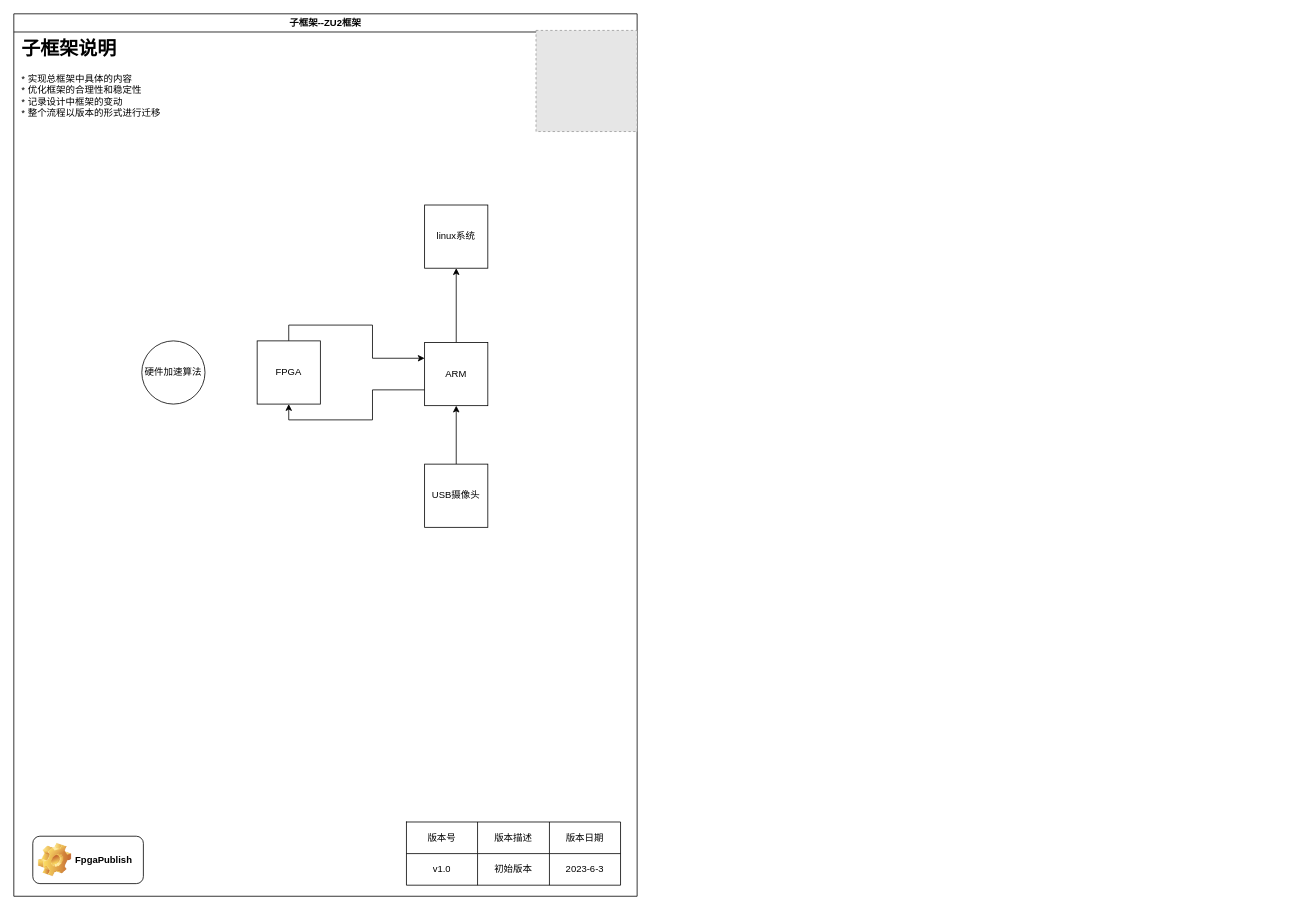
The draw.io diagram page "子框架1--系统级框架" (2 of 4) of smart_eye_exec_flow/smart_eye_flow_manual.drawio in FpgaPublish/k0_smart_eye, before the edit. Source tidied: cells renumbered, new cells numbered last; positions are measured from the earlier drawing's top-left corner, leaving out a move shared by most shapes. Both pictures are drawn from the tidied source at 79%, with x=0, y=0 at pixel (13, 13). Pictures stored in the file or linked from it are replaced by grey dashed boxes.
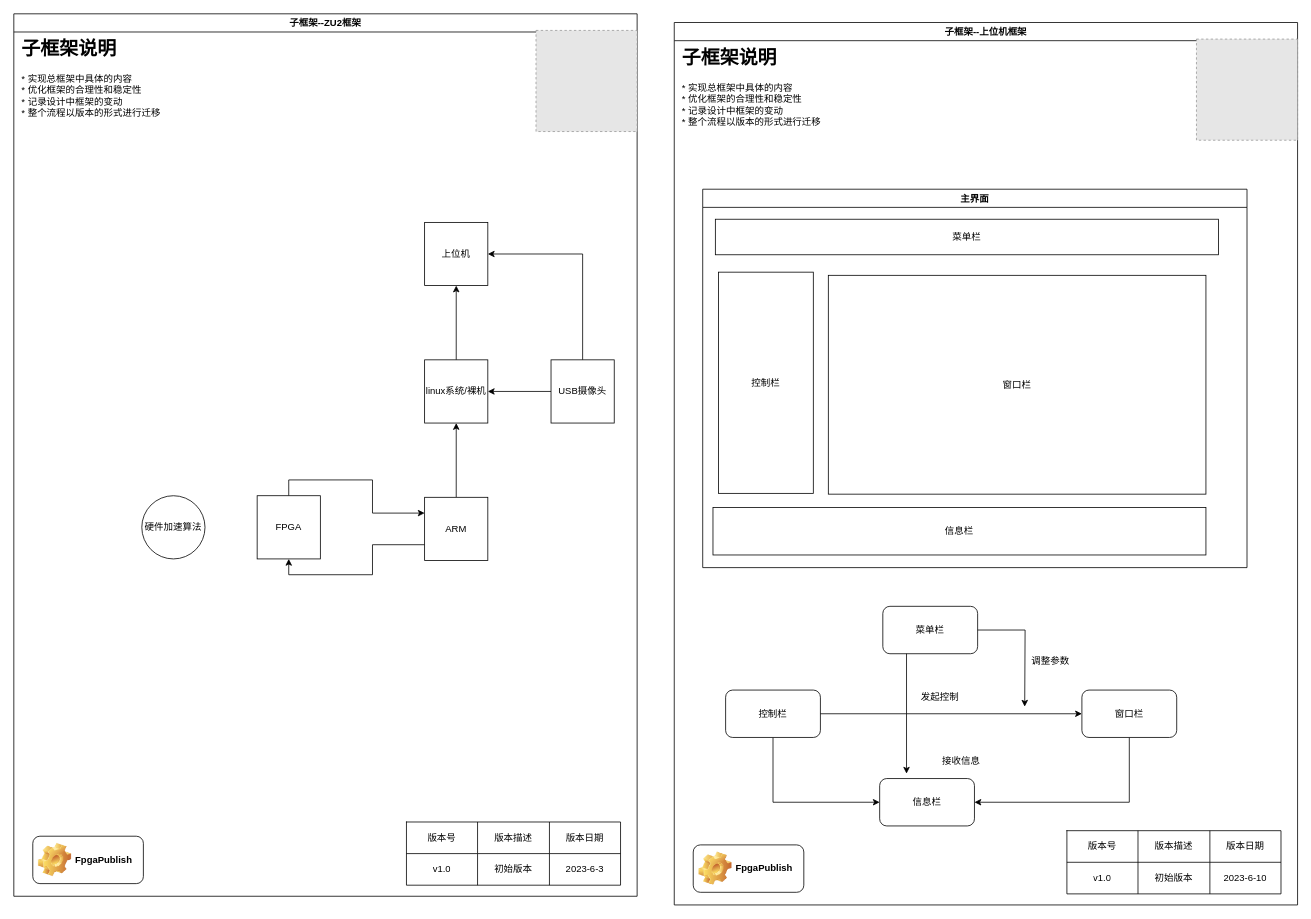
Above is the later version.

The change refers to these unchanged cells:
```xml
<mxCell id="2" value="子框架--ZU2框架" style="swimlane;" parent="1" vertex="1">
  <mxGeometry width="789" height="1117" as="geometry" />
</mxCell>
```

What changed in the source:
```diff
@@
     <mxCell id="7" value="FPGA" style="whiteSpace=wrap;html=1;" parent="2" vertex="1">
-      <mxGeometry x="308" y="414" width="80" height="80" as="geometry" />
+      <mxGeometry x="308" y="610" width="80" height="80" as="geometry" />
     </mxCell>
@@
     <mxCell id="10" value="ARM" style="whiteSpace=wrap;html=1;" parent="2" vertex="1">
-      <mxGeometry x="520" y="416" width="80" height="80" as="geometry" />
+      <mxGeometry x="520" y="612" width="80" height="80" as="geometry" />
     </mxCell>
-    <mxCell id="11" style="edgeStyle=orthogonalEdgeStyle;rounded=0;jettySize=auto;html=1;exitX=0.5;exitY=0;exitDx=0;exitDy=0;" parent="2" edge="1" source="12" target="10">
-      <mxGeometry relative="1" as="geometry" />
-    </mxCell>
+    <mxCell id="24" style="edgeStyle=orthogonalEdgeStyle;rounded=0;jettySize=auto;html=1;exitX=0;exitY=0.5;exitDx=0;exitDy=0;entryX=1;entryY=0.5;entryDx=0;entryDy=0;" parent="2" edge="1" source="12" target="13">
+      <mxGeometry relative="1" as="geometry" />
+    </mxCell>
+    <mxCell id="25" style="edgeStyle=orthogonalEdgeStyle;rounded=0;jettySize=auto;html=1;exitX=0.5;exitY=0;exitDx=0;exitDy=0;entryX=1;entryY=0.5;entryDx=0;entryDy=0;" parent="2" edge="1" source="12" target="27">
+      <mxGeometry relative="1" as="geometry" />
+    </mxCell>
     <mxCell id="12" value="USB摄像头" style="whiteSpace=wrap;html=1;" parent="2" vertex="1">
-      <mxGeometry x="520" y="570" width="80" height="80" as="geometry" />
+      <mxGeometry x="680" y="438" width="80" height="80" as="geometry" />
     </mxCell>
+    <mxCell id="26" style="edgeStyle=orthogonalEdgeStyle;rounded=0;jettySize=auto;html=1;exitX=0.5;exitY=0;exitDx=0;exitDy=0;" parent="2" edge="1" source="13" target="27">
+      <mxGeometry relative="1" as="geometry" />
+    </mxCell>
-    <mxCell id="13" value="linux系统" style="whiteSpace=wrap;html=1;" parent="2" vertex="1">
-      <mxGeometry x="520" y="242" width="80" height="80" as="geometry" />
+    <mxCell id="13" value="linux系统/裸机" style="whiteSpace=wrap;html=1;" parent="2" vertex="1">
+      <mxGeometry x="520" y="438" width="80" height="80" as="geometry" />
     </mxCell>
     <mxCell id="14" value="硬件加速算法" style="ellipse;whiteSpace=wrap;html=1;" parent="2" vertex="1">
-      <mxGeometry x="162" y="414" width="80" height="80" as="geometry" />
+      <mxGeometry x="162" y="610" width="80" height="80" as="geometry" />
     </mxCell>
@@
+    <mxCell id="27" value="上位机" style="whiteSpace=wrap;html=1;" parent="2" vertex="1">
+      <mxGeometry x="520" y="264" width="80" height="80" as="geometry" />
+    </mxCell>
+    <mxCell id="28" value="子框架--上位机框架" style="swimlane;" parent="1" vertex="1">
+      <mxGeometry x="836" y="11" width="789" height="1117" as="geometry" />
+    </mxCell>
+    <mxCell id="29" value="&lt;h1&gt;子框架说明&lt;/h1&gt;&lt;div&gt;* 实现总框架中具体的内容&lt;/div&gt;&lt;div&gt;* 优化框架的合理性和稳定性&lt;/div&gt;&lt;div&gt;* 记录设计中框架的变动&lt;/div&gt;&lt;div&gt;* 整个流程以版本的形式进行迁移&lt;/div&gt;" style="text;html=1;strokeColor=none;fillColor=none;spacing=5;spacingTop=-20;whiteSpace=wrap;overflow=hidden;rounded=0;" parent="28" vertex="1">
+      <mxGeometry x="5" y="25" width="190" height="120" as="geometry" />
+    </mxCell>
+    <mxCell id="30" style="fillColor=#E6E6E6;strokeColor=#999999;dashed=1;verticalLabelPosition=bottom;labelBackgroundColor=default;verticalAlign=top;" parent="28" vertex="1">
+      <mxGeometry x="661" y="21" width="128" height="128" as="geometry" />
+    </mxCell>
+    <mxCell id="31" value="FpgaPublish" style="label;whiteSpace=wrap;html=1;image=img/clipart/Gear_128x128.png;" parent="28" vertex="1">
+      <mxGeometry x="24" y="1041" width="140" height="60" as="geometry" />
+    </mxCell>
+    <mxCell id="32" style="shape=table;startSize=0;childLayout=tableLayout;" parent="28" vertex="1">
+      <mxGeometry x="497" y="1023" width="271" height="80" as="geometry" />
+    </mxCell>
+    <mxCell id="33" style="shape=tableRow;horizontal=0;startSize=0;swimlaneHead=0;swimlaneBody=0;top=0;left=0;bottom=0;right=0;fillColor=none;" parent="32" vertex="1">
+      <mxGeometry width="271" height="40" as="geometry" />
+    </mxCell>
+    <mxCell id="34" value="版本号" style="shape=partialRectangle;html=1;whiteSpace=wrap;overflow=hidden;fillColor=none;top=0;left=0;bottom=0;right=0;" parent="33" vertex="1">
+      <mxGeometry width="90" height="40" as="geometry" />
+    </mxCell>
+    <mxCell id="35" value="版本描述" style="shape=partialRectangle;html=1;whiteSpace=wrap;overflow=hidden;fillColor=none;top=0;left=0;bottom=0;right=0;" parent="33" vertex="1">
+      <mxGeometry x="90" width="91" height="40" as="geometry" />
+    </mxCell>
+    <mxCell id="36" value="版本日期" style="shape=partialRectangle;html=1;whiteSpace=wrap;overflow=hidden;fillColor=none;top=0;left=0;bottom=0;right=0;" parent="33" vertex="1">
+      <mxGeometry x="181" width="90" height="40" as="geometry" />
+    </mxCell>
+    <mxCell id="37" style="shape=tableRow;horizontal=0;startSize=0;swimlaneHead=0;swimlaneBody=0;top=0;left=0;bottom=0;right=0;fillColor=none;" parent="32" vertex="1">
+      <mxGeometry y="40" width="271" height="40" as="geometry" />
+    </mxCell>
+    <mxCell id="38" value="v1.0" style="shape=partialRectangle;html=1;whiteSpace=wrap;overflow=hidden;fillColor=none;top=0;left=0;bottom=0;right=0;" parent="37" vertex="1">
+      <mxGeometry width="90" height="40" as="geometry" />
+    </mxCell>
+    <mxCell id="39" value="初始版本" style="shape=partialRectangle;html=1;whiteSpace=wrap;overflow=hidden;fillColor=none;top=0;left=0;bottom=0;right=0;" parent="37" vertex="1">
+      <mxGeometry x="90" width="91" height="40" as="geometry" />
+    </mxCell>
+    <mxCell id="40" value="2023-6-10" style="shape=partialRectangle;html=1;whiteSpace=wrap;overflow=hidden;fillColor=none;top=0;left=0;bottom=0;right=0;" parent="37" vertex="1">
+      <mxGeometry x="181" width="90" height="40" as="geometry" />
+    </mxCell>
+    <mxCell id="41" value="主界面" style="swimlane;" parent="28" vertex="1">
+      <mxGeometry x="36" y="211" width="689" height="479" as="geometry" />
+    </mxCell>
+    <mxCell id="42" value="菜单栏" style="rounded=0;whiteSpace=wrap;html=1;" parent="41" vertex="1">
+      <mxGeometry x="16" y="38" width="637" height="45" as="geometry" />
+    </mxCell>
+    <mxCell id="43" value="控制栏" style="rounded=0;whiteSpace=wrap;html=1;" parent="41" vertex="1">
+      <mxGeometry x="20" y="105" width="120" height="280" as="geometry" />
+    </mxCell>
+    <mxCell id="44" value="信息栏" style="rounded=0;whiteSpace=wrap;html=1;" parent="41" vertex="1">
+      <mxGeometry x="13" y="403" width="624" height="60" as="geometry" />
+    </mxCell>
+    <mxCell id="45" value="窗口栏" style="rounded=0;whiteSpace=wrap;html=1;" parent="41" vertex="1">
+      <mxGeometry x="159" y="109" width="478" height="277" as="geometry" />
+    </mxCell>
+    <mxCell id="46" value="菜单栏" style="rounded=1;whiteSpace=wrap;html=1;" parent="28" vertex="1">
+      <mxGeometry x="264" y="739" width="120" height="60" as="geometry" />
+    </mxCell>
+    <mxCell id="47" style="edgeStyle=orthogonalEdgeStyle;rounded=0;jettySize=auto;html=1;exitX=0.5;exitY=1;exitDx=0;exitDy=0;entryX=0;entryY=0.5;entryDx=0;entryDy=0;" parent="28" edge="1" source="48" target="53">
+      <mxGeometry relative="1" as="geometry" />
+    </mxCell>
+    <mxCell id="48" value="控制栏" style="rounded=1;whiteSpace=wrap;html=1;" parent="28" vertex="1">
+      <mxGeometry x="65" y="845" width="120" height="60" as="geometry" />
+    </mxCell>
+    <mxCell id="49" style="edgeStyle=orthogonalEdgeStyle;rounded=0;jettySize=auto;html=1;exitX=0.5;exitY=1;exitDx=0;exitDy=0;entryX=1;entryY=0.5;entryDx=0;entryDy=0;" parent="28" edge="1" source="50" target="53">
+      <mxGeometry relative="1" as="geometry" />
+    </mxCell>
+    <mxCell id="50" value="窗口栏" style="rounded=1;whiteSpace=wrap;html=1;" parent="28" vertex="1">
+      <mxGeometry x="516" y="845" width="120" height="60" as="geometry" />
+    </mxCell>
+    <mxCell id="51" style="edgeStyle=orthogonalEdgeStyle;rounded=0;jettySize=auto;html=1;exitX=1;exitY=0.5;exitDx=0;exitDy=0;" parent="28" edge="1" source="48" target="50">
+      <mxGeometry relative="1" as="geometry" />
+    </mxCell>
+    <mxCell id="52" value="调整参数" style="text;html=1;align=center;verticalAlign=middle;strokeColor=none;fillColor=none;" parent="28" vertex="1">
+      <mxGeometry x="447" y="799" width="58" height="18" as="geometry" />
+    </mxCell>
+    <mxCell id="53" value="信息栏" style="rounded=1;whiteSpace=wrap;html=1;" parent="28" vertex="1">
+      <mxGeometry x="260" y="957" width="120" height="60" as="geometry" />
+    </mxCell>
+    <mxCell id="54" value="发起控制" style="text;html=1;align=center;verticalAlign=middle;strokeColor=none;fillColor=none;" parent="1" vertex="1">
+      <mxGeometry x="1143" y="856" width="58" height="18" as="geometry" />
+    </mxCell>
+    <mxCell id="55" style="edgeStyle=orthogonalEdgeStyle;rounded=0;jettySize=auto;html=1;exitX=1;exitY=0.5;exitDx=0;exitDy=0;" parent="1" edge="1" source="46">
+      <mxGeometry relative="1" as="geometry">
+        <mxPoint x="1279.6" y="877" as="targetPoint" />
+      </mxGeometry>
+    </mxCell>
+    <mxCell id="56" style="edgeStyle=orthogonalEdgeStyle;rounded=0;jettySize=auto;html=1;exitX=0.25;exitY=1;exitDx=0;exitDy=0;" parent="1" edge="1" source="46">
+      <mxGeometry relative="1" as="geometry">
+        <mxPoint x="1130" y="961.8" as="targetPoint" />
+      </mxGeometry>
+    </mxCell>
+    <mxCell id="57" value="接收信息" style="text;html=1;align=center;verticalAlign=middle;strokeColor=none;fillColor=none;" parent="1" vertex="1">
+      <mxGeometry x="1170" y="937" width="58" height="18" as="geometry" />
+    </mxCell>
```
